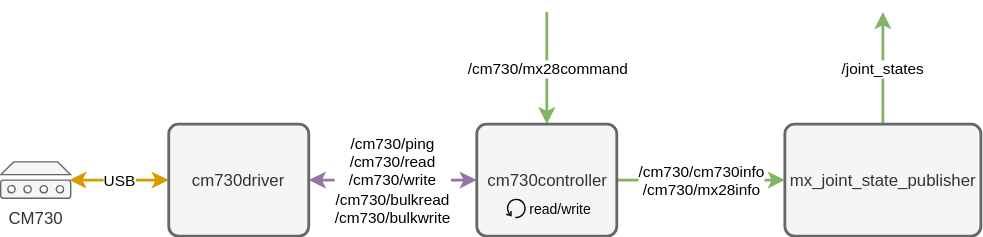
This is cm730ros2diagram.svg from thedancomplex/ros2_cm730, a draw.io export, as it was before one commit. Source tidied: cells renumbered, new cells last; positions are measured from the earlier drawing's top-left corner, leaving out a move shared by most shapes.
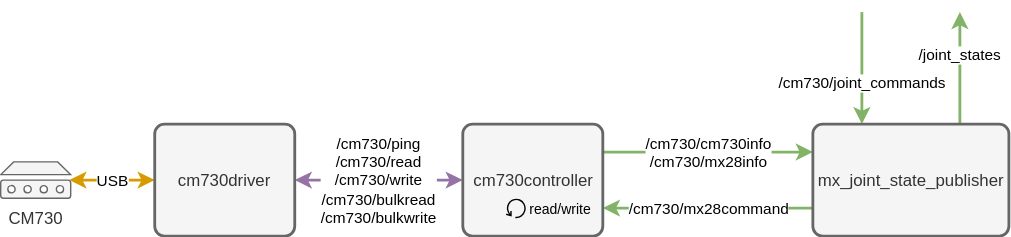
Later version of the same file.

What changed in the source:
```diff
@@ -12,29 +12,32 @@
       <mxGeometry relative="1" as="geometry" />
     </mxCell>
     <mxCell id="5" value="cm730driver" style="rounded=1;whiteSpace=wrap;html=1;absoluteArcSize=1;arcSize=14;strokeWidth=2;glass=0;fillColor=#f5f5f5;strokeColor=#666666;fontColor=#333333;" parent="1" vertex="1">
-      <mxGeometry x="120" y="80" width="100" height="80" as="geometry" />
+      <mxGeometry x="110" y="80" width="100" height="80" as="geometry" />
     </mxCell>
-    <mxCell id="6" value="&lt;div align=&quot;center&quot;&gt;/cm730/mx28command&lt;/div&gt;" style="edgeStyle=orthogonalEdgeStyle;rounded=0;html=1;exitX=0.5;exitY=0;exitDx=0;exitDy=0;startArrow=classic;startFill=1;jettySize=auto;endArrow=none;endFill=0;labelPosition=left;verticalLabelPosition=middle;align=center;verticalAlign=middle;fillColor=#d5e8d4;strokeColor=#82b366;strokeWidth=2;" parent="1" edge="1" source="8">
-      <mxGeometry relative="1" as="geometry">
-        <mxPoint x="390" as="targetPoint" />
-      </mxGeometry>
+    <mxCell id="6" value="&lt;div align=&quot;center&quot;&gt;/cm730/mx28command&lt;/div&gt;" style="edgeStyle=orthogonalEdgeStyle;rounded=0;html=1;startArrow=classic;startFill=1;jettySize=auto;endArrow=none;endFill=0;labelPosition=left;verticalLabelPosition=middle;align=center;verticalAlign=middle;fillColor=#d5e8d4;strokeColor=#82b366;strokeWidth=2;entryX=0;entryY=0.75;entryDx=0;entryDy=0;exitX=1;exitY=0.75;exitDx=0;exitDy=0;" parent="1" edge="1" source="8" target="11">
+      <mxGeometry relative="1" as="geometry" />
     </mxCell>
-    <mxCell id="7" value="&lt;div&gt;/cm730/cm730info&lt;/div&gt;&lt;div&gt;/cm730/mx28info&lt;br&gt;&lt;/div&gt;" style="edgeStyle=orthogonalEdgeStyle;rounded=0;html=1;exitX=1;exitY=0.5;exitDx=0;exitDy=0;startArrow=none;startFill=0;endArrow=classic;endFill=1;jettySize=auto;labelPosition=right;verticalLabelPosition=middle;align=center;verticalAlign=middle;entryX=0;entryY=0.5;entryDx=0;entryDy=0;fillColor=#d5e8d4;strokeColor=#82b366;strokeWidth=2;" parent="1" edge="1" source="8" target="11">
+    <mxCell id="7" value="&lt;div&gt;/cm730/cm730info&lt;/div&gt;&lt;div&gt;/cm730/mx28info&lt;br&gt;&lt;/div&gt;" style="edgeStyle=orthogonalEdgeStyle;rounded=0;html=1;exitX=1;exitY=0.25;exitDx=0;exitDy=0;startArrow=none;startFill=0;endArrow=classic;endFill=1;jettySize=auto;labelPosition=right;verticalLabelPosition=middle;align=center;verticalAlign=middle;entryX=0;entryY=0.25;entryDx=0;entryDy=0;fillColor=#d5e8d4;strokeColor=#82b366;strokeWidth=2;" parent="1" edge="1" source="8" target="11">
       <mxGeometry relative="1" as="geometry" />
     </mxCell>
     <mxCell id="8" value="cm730controller" style="rounded=1;whiteSpace=wrap;html=1;absoluteArcSize=1;arcSize=14;strokeWidth=2;glass=0;fillColor=#f5f5f5;strokeColor=#666666;fontColor=#333333;" parent="1" vertex="1">
-      <mxGeometry x="340" y="80" width="100" height="80" as="geometry" />
+      <mxGeometry x="330" y="80" width="100" height="80" as="geometry" />
     </mxCell>
     <mxCell id="9" value="&lt;font style=&quot;font-size: 10px&quot;&gt;read/write&lt;/font&gt;" style="shape=mxgraph.bpmn.loop;html=1;rounded=0;glass=0;labelPosition=right;verticalLabelPosition=middle;align=left;verticalAlign=middle;" parent="1" vertex="1">
       <mxGeometry x="361" y="133" width="14" height="14" as="geometry" />
     </mxCell>
-    <mxCell id="10" value="/joint_states" style="edgeStyle=orthogonalEdgeStyle;rounded=0;html=1;exitX=0.5;exitY=0;exitDx=0;exitDy=0;startArrow=none;startFill=0;endArrow=classic;endFill=1;jettySize=auto;fillColor=#d5e8d4;strokeColor=#82b366;strokeWidth=2;" parent="1" edge="1" source="11">
+    <mxCell id="10" value="/joint_states" style="edgeStyle=orthogonalEdgeStyle;rounded=0;html=1;exitX=0.75;exitY=0;exitDx=0;exitDy=0;startArrow=none;startFill=0;endArrow=classic;endFill=1;jettySize=auto;fillColor=#d5e8d4;strokeColor=#82b366;strokeWidth=2;spacingBottom=20;" parent="1" edge="1" source="11">
       <mxGeometry relative="1" as="geometry">
-        <mxPoint x="630" as="targetPoint" />
+        <mxPoint x="685" as="targetPoint" />
       </mxGeometry>
     </mxCell>
+    <mxCell id="12" value="/cm730/joint_commands" style="edgeStyle=orthogonalEdgeStyle;rounded=0;html=1;exitX=0.25;exitY=0;exitDx=0;exitDy=0;jettySize=auto;startArrow=classic;startFill=1;endArrow=none;endFill=0;fillColor=#d5e8d4;strokeColor=#82b366;strokeWidth=2;spacingTop=20;spacingBottom=0;" parent="1" edge="1" source="11">
+      <mxGeometry relative="1" as="geometry">
+        <mxPoint x="615" as="targetPoint" />
+      </mxGeometry>
+    </mxCell>
     <mxCell id="11" value="mx_joint_state_publisher" style="rounded=1;whiteSpace=wrap;html=1;absoluteArcSize=1;arcSize=14;strokeWidth=2;glass=0;fontSize=12;fillColor=#f5f5f5;strokeColor=#666666;fontColor=#333333;" parent="1" vertex="1">
-      <mxGeometry x="560" y="80" width="140" height="80" as="geometry" />
+      <mxGeometry x="580" y="80" width="140" height="80" as="geometry" />
     </mxCell>
   </root>
 </mxGraphModel>
```
